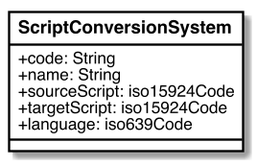
Before: sources/images/system.png, a diagram exported from PlantUML (CalConnect/csd-transcription-systems).
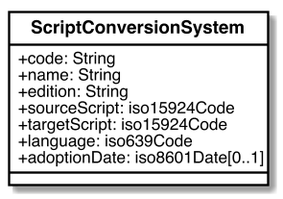
Above is the later version.

Commit message:
Provide years for system codes: add images

Diff of the diagram source:
```diff
@@ -43,9 +43,11 @@
 class ScriptConversionSystem {
   +code: String
   +name: String
+  +edition: String
   +sourceScript: iso15924Code
   +targetScript: iso15924Code
   +language: iso639Code
+  +adoptionDate: iso8601Date[0..1]
 }
 
 
```
